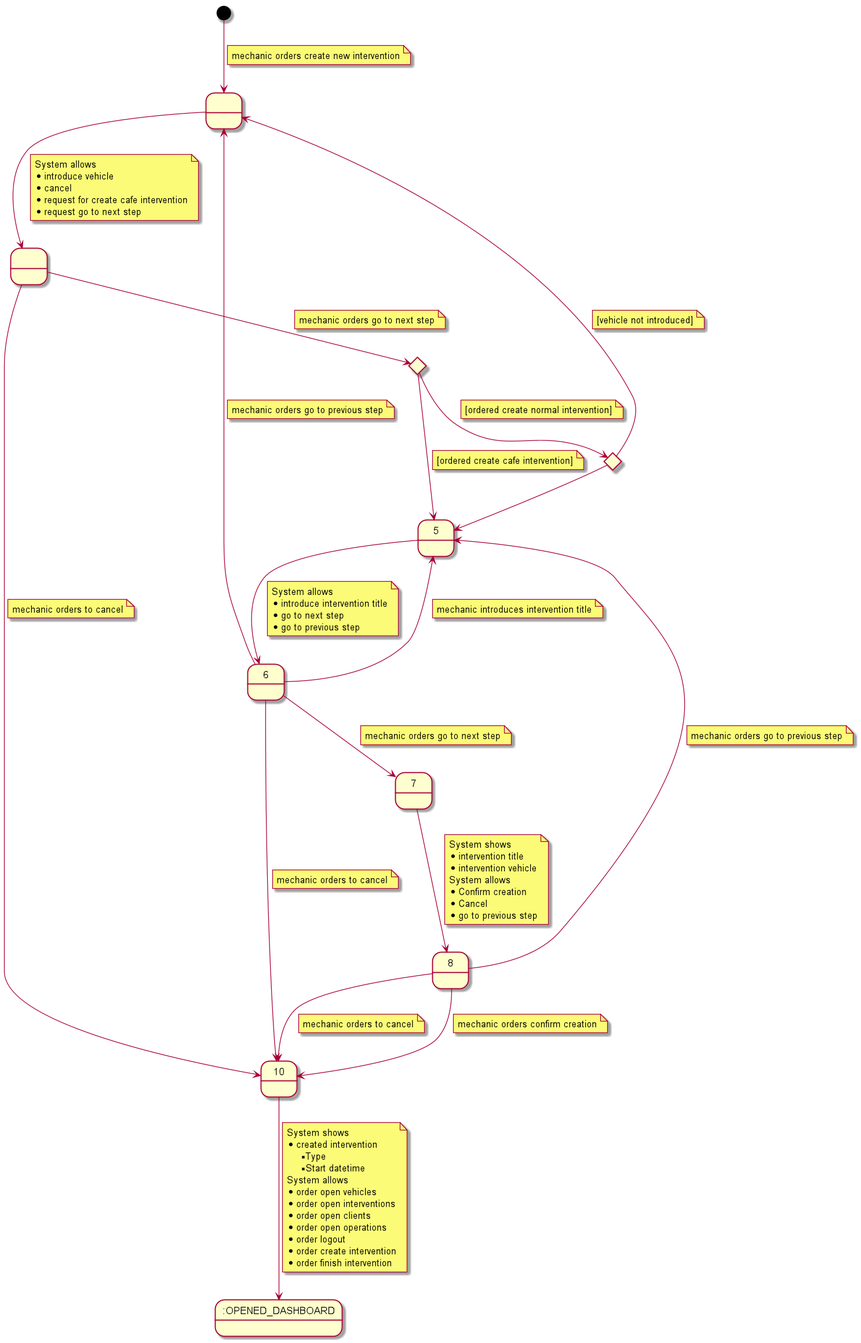
Before: documentation/1requiremets/usecases_specification/png/createIntervention.png, a diagram exported from PlantUML (Ruskab/agrimManager).
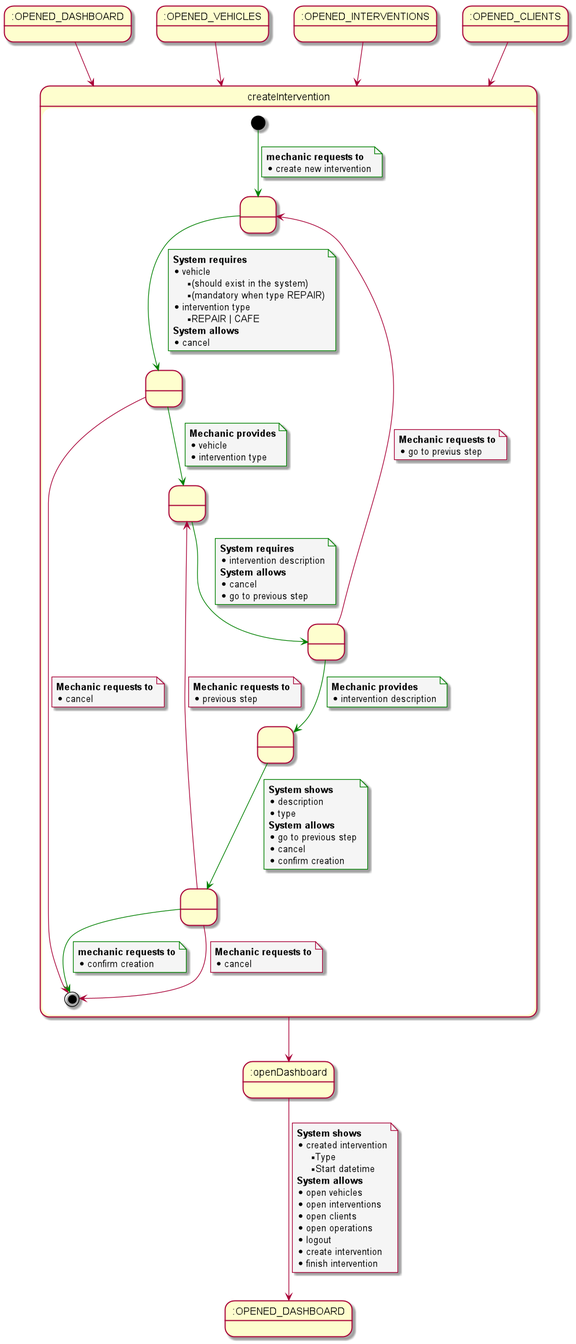
Above is the later version.

What changed in the source:
```diff
@@ -1,119 +1,127 @@
 @startuml
+skinparam {
+    NoteBackgroundColor #whiteSmoke
+}
 
+
+state initState as ":OPENED_DASHBOARD"
+state initState2 as ":OPENED_VEHICLES"
+state initState3 as ":OPENED_INTERVENTIONS"
+state initState4 as ":OPENED_CLIENTS"
+state OPENED_DASHBOARD as ":OPENED_DASHBOARD"
+state openDashboard as ":openDashboard"
+
+initState --> createIntervention
+initState2 --> createIntervention
+initState3 --> createIntervention
+initState4 --> createIntervention
+
+state createIntervention {
 state 1 as " "
 state 2 as " "
-state 9 as ":OPENED_DASHBOARD"
-state 4 <<choice>>
-state 3 <<choice>>
+state 4 as " "
+state 5 as " "
+state 6 as " "
+state 7 as " "
 
-[*] --> 1
+[*] -[#Green]-> 1
 note on link
-    mechanic orders create new intervention
+    <b>mechanic requests to</b>
+    * create new intervention
 end note
 
-1 --> 2
+1 -[#Green]-> 2
 note on link
-System allows
-* introduce vehicle
+<b>System requires</b>
+* vehicle
+** (should exist in the system)
+** (mandatory when type REPAIR)
+* intervention type
+** REPAIR | CAFE
+<b>System allows</b>
 * cancel
-* request for create cafe intervention
-* request go to next step
 end note
 
-2 --> 4
+2 --> [*]
 note on link
-mechanic orders go to next step
+<b>Mechanic requests to</b>
+* cancel
 end note
 
-2 --> 10
+2 -[#Green]-> 4
 note on link
-mechanic orders to cancel
+<b>Mechanic provides</b>
+* vehicle
+* intervention type
 end note
 
-3 --> 1
+4 -[#Green]-> 5
 note on link
-[vehicle not introduced]
-end note
-
-4 --> 3
-note on link
-[ordered create normal intervention]
-end note
-
-3 --> 5
-
-4 --> 5
-note on link
-[ordered create cafe intervention]
-end note
-
-5 --> 6
-note on link
-System allows
-* introduce intervention title
-* go to next step
+<b>System requires</b>
+* intervention description
+<b>System allows</b>
+* cancel
 * go to previous step
 end note
 
-6 --> 5
+5 --> 1
 note on link
-mechanic introduces intervention title
+<b>Mechanic requests to</b>
+* go to previus step
 end note
 
-6 --> 7
+5 -[#Green]-> 6
 note on link
-mechanic orders go to next step
+<b>Mechanic provides</b>
+* intervention description
 end note
 
-6 --> 10
+6 -[#Green]-> 7
 note on link
-mechanic orders to cancel
+<b>System shows</b>
+* description
+* type
+<b>System allows</b>
+* go to previous step
+* cancel
+* confirm creation
 end note
 
-6 --> 1
+7 --> [*]
 note on link
-mechanic orders go to previous step
+<b>Mechanic requests to</b>
+* cancel
 end note
 
-7 --> 8
+7 --> 4
 note on link
-System shows
-* intervention title
-* intervention vehicle
-System allows
-* Confirm creation
-* Cancel
-* go to previous step
+<b>Mechanic requests to</b>
+* previous step
 end note
 
-8 --> 10
+7 -[#Green]-> [*]
 note on link
-mechanic orders confirm creation
+<b>mechanic requests to
+* confirm creation
 end note
 
-8 --> 10
+}
+
+createIntervention --> openDashboard
+
+openDashboard --> OPENED_DASHBOARD
 note on link
-mechanic orders to cancel
-end note
-
-8 --> 5
-note on link
-mechanic orders go to previous step
-end note
-
-10 --> 9
-note on link
-    System shows
+    <b>System shows</b>
     * created intervention
     **Type
     **Start datetime
-    System allows
-    * order open vehicles
-    * order open interventions
-    * order open clients
-    * order open operations
-    * order logout
-    * order create intervention
-    * order finish intervention
+    <b>System allows</b>
+    *  open vehicles
+    *  open interventions
+    *  open clients
+    *  open operations
+    *  logout
+    *  create intervention
+    *  finish intervention
 end note
 @enduml
```
